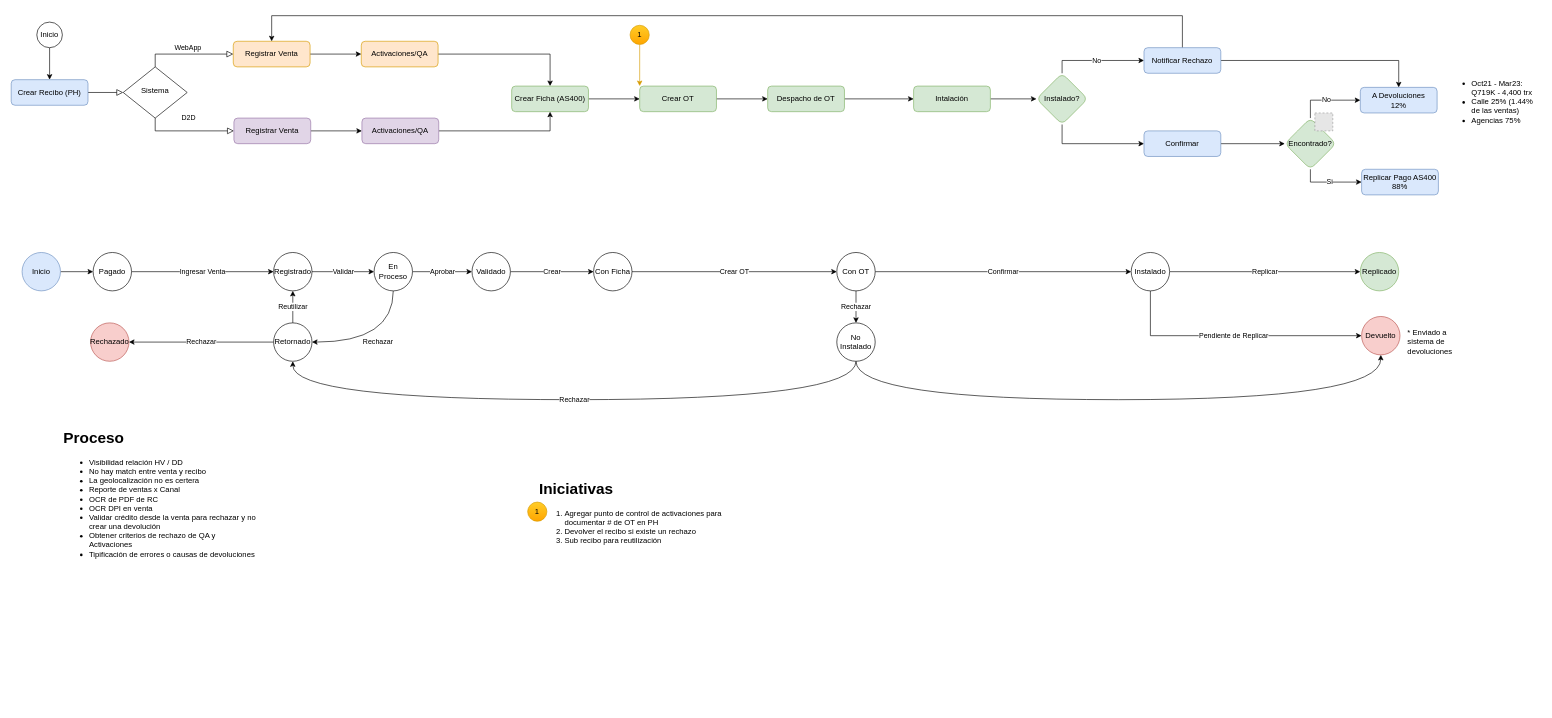
The draw.io diagram Diagrama sin título.drawio in prtigofn/Dev2.0, before the edit. Source tidied: cells renumbered, new cells numbered last; positions are measured from the earlier drawing's top-left corner, leaving out a move shared by most shapes. Both pictures are drawn from the tidied source at 64%, with x=0, y=0 at pixel (11, 15). Pictures stored in the file or linked from it are replaced by grey dashed boxes.
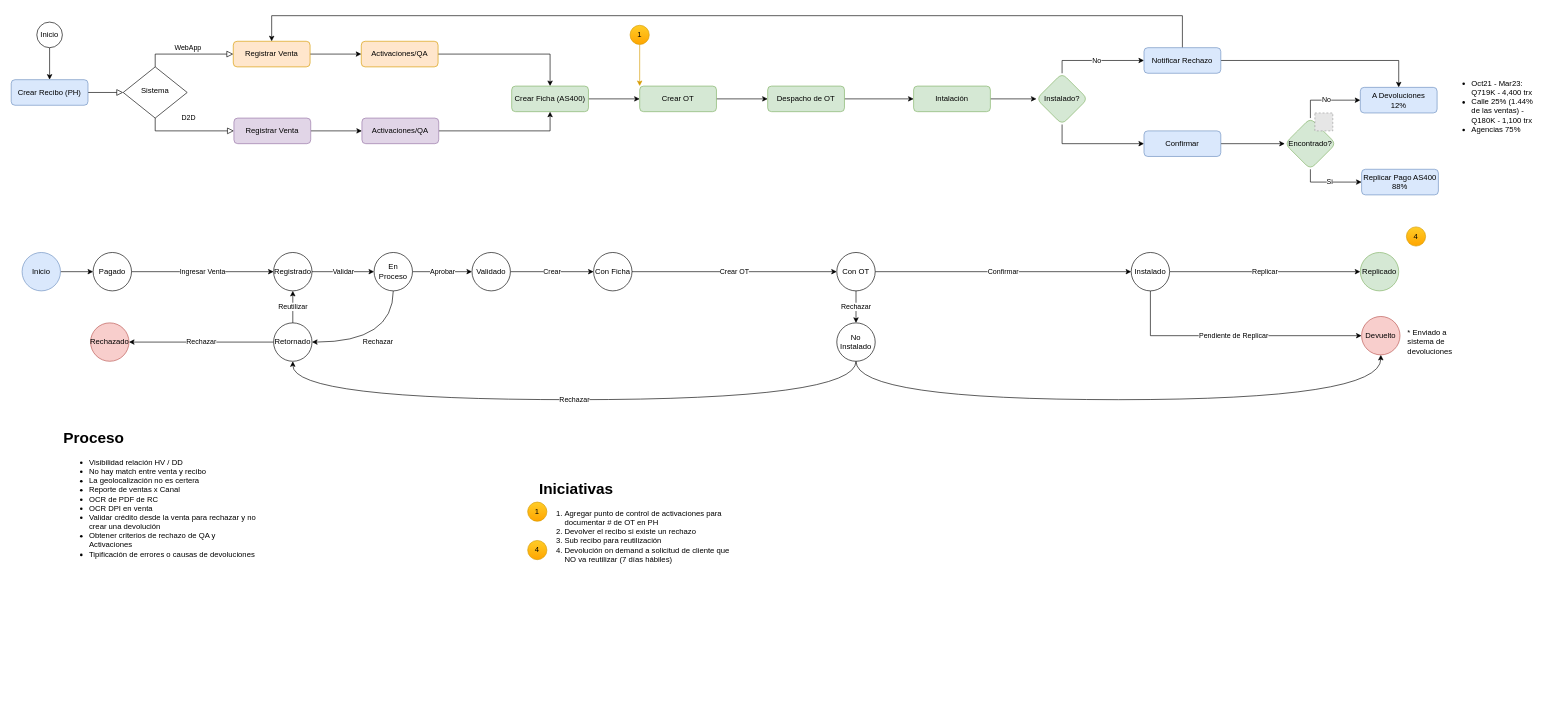
After the change.

The edit, as a diff of the source:
```diff
@@
-    <mxCell id="72" value="&lt;h1&gt;Iniciativas&lt;/h1&gt;&lt;p&gt;&lt;/p&gt;&lt;ol&gt;&lt;li&gt;Agregar punto de control de activaciones para documentar # de OT en PH&lt;/li&gt;&lt;li&gt;Devolver el recibo si existe un rechazo&lt;/li&gt;&lt;li&gt;Sub recibo para reutilización&lt;/li&gt;&lt;/ol&gt;&lt;p&gt;&lt;/p&gt;" style="text;html=1;strokeColor=none;fillColor=none;spacing=5;spacingTop=-20;whiteSpace=wrap;overflow=hidden;rounded=0;" parent="1" vertex="1">
+    <mxCell id="72" value="&lt;h1&gt;Iniciativas&lt;/h1&gt;&lt;p&gt;&lt;/p&gt;&lt;ol&gt;&lt;li&gt;Agregar punto de control de activaciones para documentar # de OT en PH&lt;/li&gt;&lt;li&gt;Devolver el recibo si existe un rechazo&lt;/li&gt;&lt;li&gt;Sub recibo para reutilización&lt;/li&gt;&lt;li&gt;Devolución on demand a solicitud de cliente que NO va reutilizar (7 días hábiles)&lt;/li&gt;&lt;/ol&gt;&lt;p&gt;&lt;/p&gt;" style="text;html=1;strokeColor=none;fillColor=none;spacing=5;spacingTop=-20;whiteSpace=wrap;overflow=hidden;rounded=0;" parent="1" vertex="1">
       <mxGeometry x="820" y="720" width="310" height="320" as="geometry" />
     </mxCell>
-    <mxCell id="73" value="&lt;ul&gt;&lt;li&gt;Oct21 - Mar23: Q719K - 4,400 trx&lt;/li&gt;&lt;li&gt;Calle 25% (1.44% de las ventas)&lt;/li&gt;&lt;li&gt;Agencias 75%&lt;/li&gt;&lt;/ul&gt;" style="text;html=1;strokeColor=none;fillColor=none;align=left;verticalAlign=top;whiteSpace=wrap;rounded=0;" parent="1" vertex="1">
+    <mxCell id="73" value="&lt;ul&gt;&lt;li&gt;Oct21 - Mar23: Q719K - 4,400 trx&lt;/li&gt;&lt;li&gt;Calle 25% (1.44% de las ventas) - Q180K - 1,100 trx&lt;/li&gt;&lt;li&gt;Agencias 75%&lt;/li&gt;&lt;/ul&gt;" style="text;html=1;strokeColor=none;fillColor=none;align=left;verticalAlign=top;whiteSpace=wrap;rounded=0;" parent="1" vertex="1">
       <mxGeometry x="2240" y="80" width="150" height="130" as="geometry" />
     </mxCell>
+    <mxCell id="74" value="4" style="ellipse;whiteSpace=wrap;html=1;fillColor=#ffcd28;strokeColor=#d79b00;gradientColor=#ffa500;" parent="1" vertex="1">
+      <mxGeometry x="2180" y="330" width="30" height="30" as="geometry" />
+    </mxCell>
+    <mxCell id="75" value="4" style="ellipse;whiteSpace=wrap;html=1;fillColor=#ffcd28;strokeColor=#d79b00;gradientColor=#ffa500;" parent="1" vertex="1">
+      <mxGeometry x="807" y="820" width="30" height="30" as="geometry" />
+    </mxCell>
```
